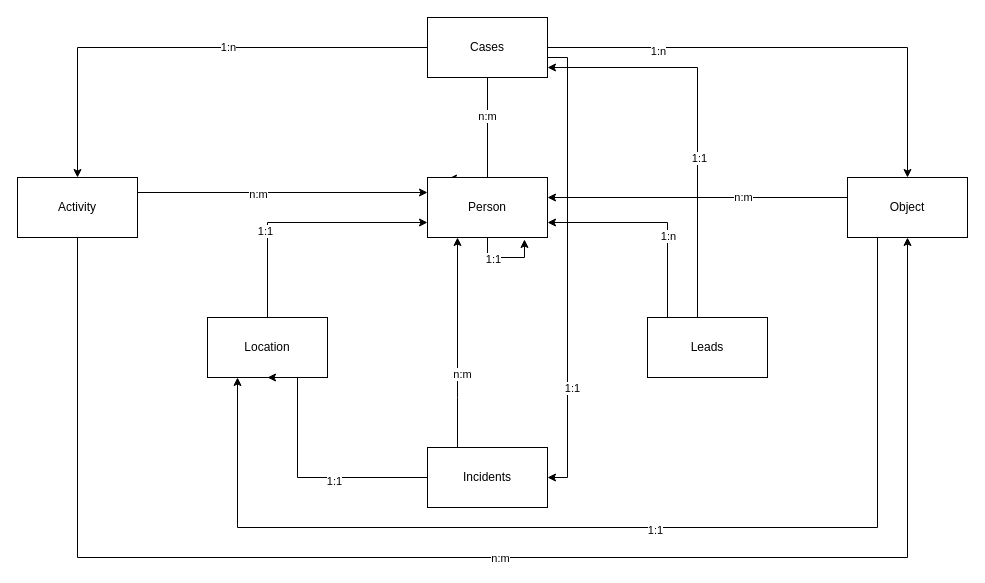
Above: docs/ir/model/icm_model.drawio in SAP-samples/hana-enterprise-search-engine (draw.io), before the change. Source tidied: cells renumbered, new cells numbered last; positions are measured from the earlier drawing's top-left corner, leaving out a move shared by most shapes. Both pictures are drawn from the tidied source at 100%, with x=0, y=0 at pixel (17, 17).
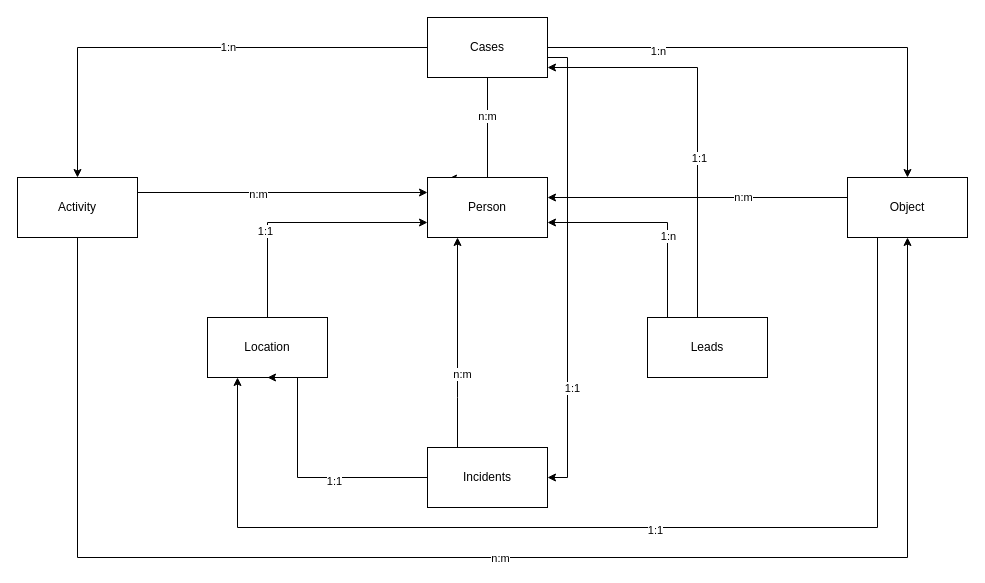
The same page after the edit.

The change refers to these unchanged cells:
```xml
<mxCell id="16" value="Person" style="rounded=0;whiteSpace=wrap;html=1;" parent="1" vertex="1">
  <mxGeometry x="410" y="160" width="120" height="60" as="geometry" />
</mxCell>
```

Diff of the diagram source:
```diff
@@
-    <mxCell id="35" style="edgeStyle=orthogonalEdgeStyle;rounded=0;orthogonalLoop=1;jettySize=auto;html=1;entryX=0.808;entryY=1.033;entryDx=0;entryDy=0;entryPerimeter=0;" parent="1" edge="1" source="16" target="16">
-      <mxGeometry relative="1" as="geometry">
-        <Array as="points">
-          <mxPoint x="470" y="240" />
-          <mxPoint x="507" y="240" />
-        </Array>
-      </mxGeometry>
-    </mxCell>
-    <mxCell id="36" value="1:1" style="edgeLabel;html=1;align=center;verticalAlign=middle;" parent="35" vertex="1">
-      <mxGeometry x="-0.33" y="-1" relative="1" as="geometry" />
-    </mxCell>
```
